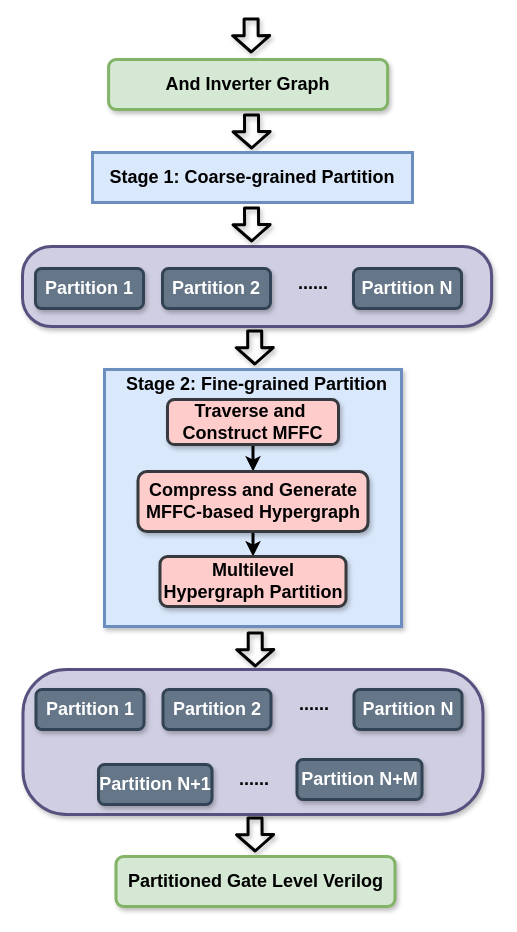
Before: PartitionFlow.drawio in kxzhu0505/LogicSynOpt, a draw.io diagram. Source tidied: cells renumbered, new cells numbered last; positions are measured from the earlier drawing's top-left corner, leaving out a move shared by most shapes. Both pictures are drawn from the tidied source at 100%, with x=0, y=0 at pixel (22, 17).
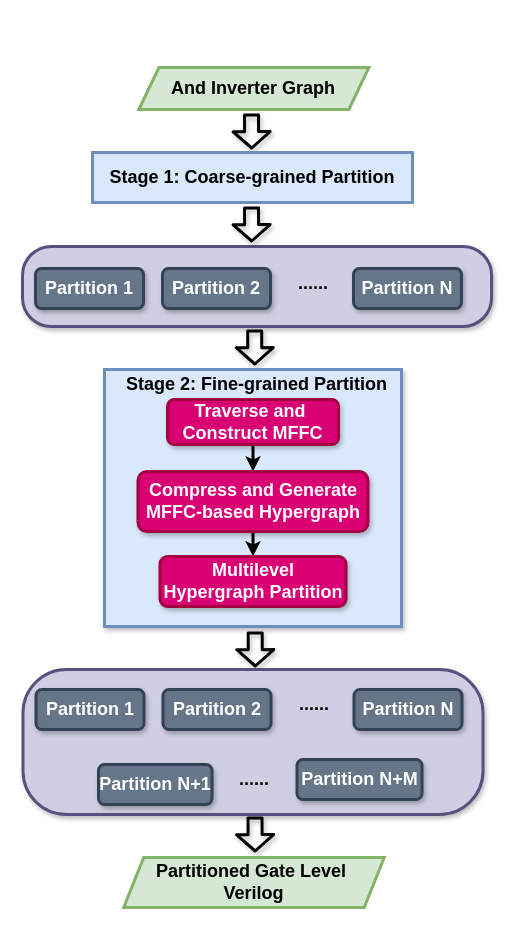
The same page after the edit.

Diff of the diagram source:
```diff
@@
-    <mxCell id="3" value="&lt;font face=&quot;Helvetica&quot; style=&quot;font-size: 18px;&quot;&gt;&lt;span style=&quot;font-size: 18px;&quot;&gt;And Inverter Graph&lt;/span&gt;&lt;/font&gt;" style="rounded=1;whiteSpace=wrap;html=1;fillColor=#d5e8d4;strokeColor=#82b366;fontStyle=1;fontSize=18;strokeWidth=3;shadow=1;" parent="1" vertex="1">
-      <mxGeometry x="86.1" y="42" width="279" height="50" as="geometry" />
-    </mxCell>
@@
-    <mxCell id="22" value="&lt;font face=&quot;Helvetica&quot; style=&quot;font-size: 18px;&quot;&gt;&lt;span style=&quot;font-size: 18px;&quot;&gt;Partitioned Gate Level Verilog&lt;/span&gt;&lt;/font&gt;" style="rounded=1;whiteSpace=wrap;html=1;fillColor=#d5e8d4;strokeColor=#82b366;fontStyle=1;fontSize=18;strokeWidth=3;shadow=1;" parent="1" vertex="1">
-      <mxGeometry x="93.5" y="839" width="279" height="50" as="geometry" />
-    </mxCell>
@@
-    <mxCell id="26" value="&lt;b style=&quot;&quot;&gt;&lt;font style=&quot;font-size: 18px;&quot;&gt;Traverse and&amp;nbsp; Construct MFFC&lt;/font&gt;&lt;/b&gt;" style="rounded=1;whiteSpace=wrap;html=1;fillColor=#ffcccc;strokeColor=#36393d;strokeWidth=3;shadow=1;" parent="1" vertex="1">
+    <mxCell id="26" value="&lt;b style=&quot;&quot;&gt;&lt;font style=&quot;font-size: 18px;&quot;&gt;Traverse and&amp;nbsp; Construct MFFC&lt;/font&gt;&lt;/b&gt;" style="rounded=1;whiteSpace=wrap;html=1;fillColor=#d80073;strokeColor=#A50040;strokeWidth=3;shadow=1;fontColor=#ffffff;" parent="1" vertex="1">
       <mxGeometry x="145" y="382" width="171" height="45" as="geometry" />
     </mxCell>
@@
-    <mxCell id="28" value="&lt;b style=&quot;&quot;&gt;&lt;font style=&quot;font-size: 18px;&quot;&gt;Compress and Generate MFFC-based Hypergraph&lt;/font&gt;&lt;/b&gt;" style="rounded=1;whiteSpace=wrap;html=1;fillColor=#ffcccc;strokeColor=#36393d;strokeWidth=3;shadow=1;" parent="1" vertex="1">
+    <mxCell id="28" value="&lt;b style=&quot;&quot;&gt;&lt;font style=&quot;font-size: 18px;&quot;&gt;Compress and Generate MFFC-based Hypergraph&lt;/font&gt;&lt;/b&gt;" style="rounded=1;whiteSpace=wrap;html=1;fillColor=#d80073;strokeColor=#A50040;strokeWidth=3;shadow=1;fontColor=#ffffff;" parent="1" vertex="1">
       <mxGeometry x="115.5" y="454" width="230" height="60" as="geometry" />
     </mxCell>
-    <mxCell id="29" value="&lt;b style=&quot;&quot;&gt;&lt;font style=&quot;font-size: 18px;&quot;&gt;Multilevel Hypergraph Partition&lt;/font&gt;&lt;/b&gt;" style="rounded=1;whiteSpace=wrap;html=1;fillColor=#ffcccc;strokeColor=#36393d;strokeWidth=3;shadow=1;" parent="1" vertex="1">
+    <mxCell id="29" value="&lt;b style=&quot;&quot;&gt;&lt;font style=&quot;font-size: 18px;&quot;&gt;Multilevel Hypergraph Partition&lt;/font&gt;&lt;/b&gt;" style="rounded=1;whiteSpace=wrap;html=1;fillColor=#d80073;strokeColor=#A50040;strokeWidth=3;shadow=1;fontColor=#ffffff;" parent="1" vertex="1">
       <mxGeometry x="137.5" y="539" width="186" height="50" as="geometry" />
     </mxCell>
@@
-    <mxCell id="31" style="shape=flexArrow;endArrow=classic;html=1;rounded=1;strokeWidth=3;width=12;endSize=4.445714285714286;shadow=1;fontSize=18;" parent="1" edge="1">
-      <mxGeometry relative="1" as="geometry">
-        <mxPoint x="228.6" as="sourcePoint" />
-        <mxPoint x="228.7" y="36" as="targetPoint" />
-      </mxGeometry>
-    </mxCell>
+    <mxCell id="3" value="&lt;span style=&quot;font-size: 18px; font-weight: 700;&quot;&gt;And Inverter Graph&lt;/span&gt;" style="shape=parallelogram;perimeter=parallelogramPerimeter;whiteSpace=wrap;html=1;fixedSize=1;fillColor=#d5e8d4;strokeColor=#82b366;strokeWidth=3;" parent="1" vertex="1">
+      <mxGeometry x="116.4" y="50" width="230" height="42" as="geometry" />
+    </mxCell>
+    <mxCell id="22" value="&lt;span style=&quot;font-size: 18px; font-weight: 700;&quot;&gt;Partitioned Gate Level&amp;nbsp;&lt;/span&gt;&lt;div&gt;&lt;span style=&quot;font-size: 18px; font-weight: 700;&quot;&gt;Verilog&lt;/span&gt;&lt;/div&gt;" style="shape=parallelogram;perimeter=parallelogramPerimeter;whiteSpace=wrap;html=1;fixedSize=1;fillColor=#d5e8d4;strokeColor=#82b366;strokeWidth=3;" parent="1" vertex="1">
+      <mxGeometry x="101.2" y="840" width="260.5" height="50" as="geometry" />
+    </mxCell>
```
